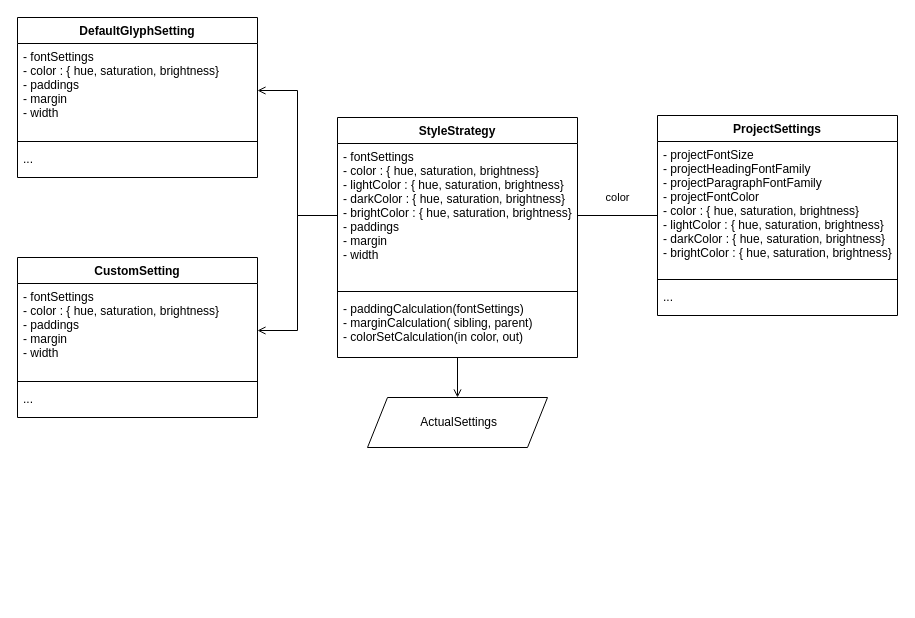
Before: page "Page-2" (2 of 2) of xml/Glyph settings classes.drawio in Alexiy1984/for_diagrams, a draw.io diagram. Source tidied: cells renumbered, new cells numbered last; positions are measured from the earlier drawing's top-left corner, leaving out a move shared by most shapes. Both pictures are drawn from the tidied source at 100%, with x=0, y=0 at pixel (17, 17).
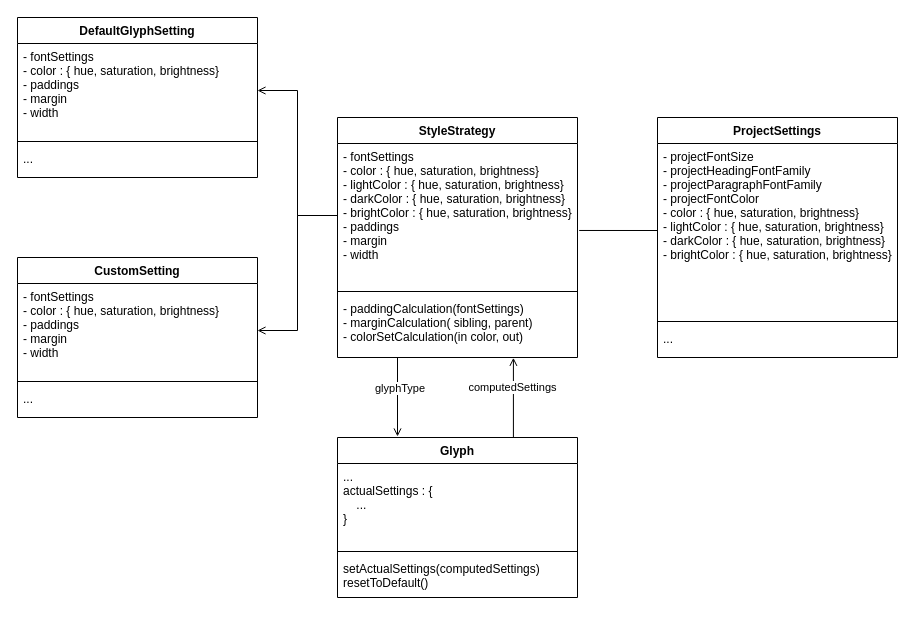
After the change.

Unchanged cells that the change refers to:
```xml
<mxCell id="12" value="StyleStrategy" style="swimlane;fontStyle=1;align=center;verticalAlign=top;horizontal=1;startSize=26;" parent="1" vertex="1">
  <mxGeometry x="320" y="100" width="240" height="240" as="geometry" />
</mxCell>
<mxCell id="13" value="- fontSettings&#10;- color : { hue, saturation, brightness}&#10;- lightColor : { hue, saturation, brightness}&#10;- darkColor : { hue, saturation, brightness}&#10;- brightColor : { hue, saturation, brightness}&#10;- paddings&#10;- margin&#10;- width" style="text;strokeColor=none;fillColor=none;align=left;verticalAlign=top;spacingLeft=4;spacingRight=4;overflow=hidden;points=[[0,0.5],[1,0.5]];portConstraint=eastwest;fontStyle=0;" parent="12" vertex="1">
  <mxGeometry y="26" width="240" height="144" as="geometry" />
</mxCell>
<mxCell id="15" value="- paddingCalculation(fontSettings)&#10;- marginCalculation( sibling, parent)&#10;- colorSetCalculation(in color, out)" style="text;strokeColor=none;fillColor=none;align=left;verticalAlign=top;spacingLeft=4;spacingRight=4;overflow=hidden;points=[[0,0.5],[1,0.5]];portConstraint=eastwest;fontStyle=0;" parent="12" vertex="1">
  <mxGeometry y="178" width="240" height="62" as="geometry" />
</mxCell>
```

Diff of the diagram source:
```diff
@@
-    <mxCell id="6" value="color" style="edgeStyle=orthogonalEdgeStyle;rounded=0;jettySize=auto;html=1;entryX=1;entryY=0.5;entryDx=0;entryDy=0;endArrow=none;endFill=0;" parent="1" edge="1" source="7" target="13">
-      <mxGeometry y="-18" relative="1" as="geometry" />
-    </mxCell>
     <mxCell id="7" value="ProjectSettings" style="swimlane;fontStyle=1;align=center;verticalAlign=top;horizontal=1;startSize=26;" parent="1" vertex="1">
-      <mxGeometry x="640" y="98" width="240" height="200" as="geometry" />
+      <mxGeometry x="640" y="100" width="240" height="240" as="geometry" />
     </mxCell>
     <mxCell id="8" value="- projectFontSize&#10;- projectHeadingFontFamily&#10;- projectParagraphFontFamily&#10;- projectFontColor&#10;- color : { hue, saturation, brightness}&#10;- lightColor : { hue, saturation, brightness}&#10;- darkColor : { hue, saturation, brightness}&#10;- brightColor : { hue, saturation, brightness}" style="text;strokeColor=none;fillColor=none;align=left;verticalAlign=top;spacingLeft=4;spacingRight=4;overflow=hidden;points=[[0,0.5],[1,0.5]];portConstraint=eastwest;fontStyle=0;" parent="7" vertex="1">
-      <mxGeometry y="26" width="240" height="134" as="geometry" />
+      <mxGeometry y="26" width="240" height="174" as="geometry" />
     </mxCell>
     <mxCell id="9" style="line;strokeWidth=1;fillColor=none;align=left;verticalAlign=middle;spacingTop=-1;spacingLeft=3;spacingRight=3;labelPosition=right;" parent="7" vertex="1">
-      <mxGeometry y="160" width="240" height="8" as="geometry" />
+      <mxGeometry y="200" width="240" height="8" as="geometry" />
     </mxCell>
     <mxCell id="10" value="..." style="text;strokeColor=none;fillColor=none;align=left;verticalAlign=top;spacingLeft=4;spacingRight=4;overflow=hidden;fontStyle=0;" parent="7" vertex="1">
-      <mxGeometry y="168" width="240" height="32" as="geometry" />
+      <mxGeometry y="208" width="240" height="32" as="geometry" />
     </mxCell>
-    <mxCell id="11" style="edgeStyle=orthogonalEdgeStyle;rounded=0;jettySize=auto;html=1;entryX=0.5;entryY=0;entryDx=0;entryDy=0;endArrow=open;endFill=0;" parent="1" edge="1" source="12" target="22">
-      <mxGeometry relative="1" as="geometry" />
-    </mxCell>
+    <mxCell id="23" style="edgeStyle=orthogonalEdgeStyle;rounded=0;jettySize=auto;html=1;startArrow=none;startFill=0;endArrow=open;endFill=0;" parent="1" edge="1" source="12">
+      <mxGeometry relative="1" as="geometry">
+        <mxPoint x="380" y="419" as="targetPoint" />
+        <Array as="points">
+          <mxPoint x="380" y="419" />
+        </Array>
+      </mxGeometry>
+    </mxCell>
+    <mxCell id="24" value="&amp;nbsp;glyphType" style="edgeLabel;html=1;align=center;verticalAlign=middle;" parent="23" vertex="1">
+      <mxGeometry x="-0.11" relative="1" as="geometry">
+        <mxPoint y="-5" as="offset" />
+      </mxGeometry>
+    </mxCell>
@@
-    <mxCell id="22" value="&amp;nbsp;ActualSettings" style="shape=parallelogram;perimeter=parallelogramPerimeter;whiteSpace=wrap;html=1;fixedSize=1;" parent="1" vertex="1">
-      <mxGeometry x="350" y="380" width="180" height="50" as="geometry" />
-    </mxCell>
+    <mxCell id="25" style="edgeStyle=orthogonalEdgeStyle;rounded=0;jettySize=auto;html=1;entryX=0.733;entryY=1.005;entryDx=0;entryDy=0;entryPerimeter=0;startArrow=none;startFill=0;endArrow=open;endFill=0;exitX=0.733;exitY=0.006;exitDx=0;exitDy=0;exitPerimeter=0;" parent="1" edge="1" source="27" target="15">
+      <mxGeometry relative="1" as="geometry" />
+    </mxCell>
+    <mxCell id="26" value="computedSettings" style="edgeLabel;html=1;align=center;verticalAlign=middle;" parent="25" vertex="1">
+      <mxGeometry x="0.02" y="1" relative="1" as="geometry">
+        <mxPoint y="-10" as="offset" />
+      </mxGeometry>
+    </mxCell>
+    <mxCell id="27" value="Glyph" style="swimlane;fontStyle=1;align=center;verticalAlign=top;horizontal=1;startSize=26;" parent="1" vertex="1">
+      <mxGeometry x="320" y="420" width="240" height="160" as="geometry" />
+    </mxCell>
+    <mxCell id="28" value="...&#10;actualSettings : {&#10;    ...&#10;}" style="text;strokeColor=none;fillColor=none;align=left;verticalAlign=top;spacingLeft=4;spacingRight=4;overflow=hidden;fontStyle=0;" parent="27" vertex="1">
+      <mxGeometry y="26" width="240" height="84" as="geometry" />
+    </mxCell>
+    <mxCell id="29" style="line;strokeWidth=1;fillColor=none;align=left;verticalAlign=middle;spacingTop=-1;spacingLeft=3;spacingRight=3;labelPosition=right;" parent="27" vertex="1">
+      <mxGeometry y="110" width="240" height="8" as="geometry" />
+    </mxCell>
+    <mxCell id="30" value="setActualSettings(computedSettings)&#10;resetToDefault()" style="text;strokeColor=none;fillColor=none;align=left;verticalAlign=top;spacingLeft=4;spacingRight=4;overflow=hidden;fontStyle=0;" parent="27" vertex="1">
+      <mxGeometry y="118" width="240" height="42" as="geometry" />
+    </mxCell>
+    <mxCell id="31" style="edgeStyle=orthogonalEdgeStyle;rounded=0;jettySize=auto;html=1;exitX=0;exitY=0.5;exitDx=0;exitDy=0;entryX=1.007;entryY=0.604;entryDx=0;entryDy=0;entryPerimeter=0;startArrow=none;startFill=0;endArrow=none;endFill=0;" parent="1" edge="1" source="8" target="13">
+      <mxGeometry relative="1" as="geometry" />
+    </mxCell>
```
